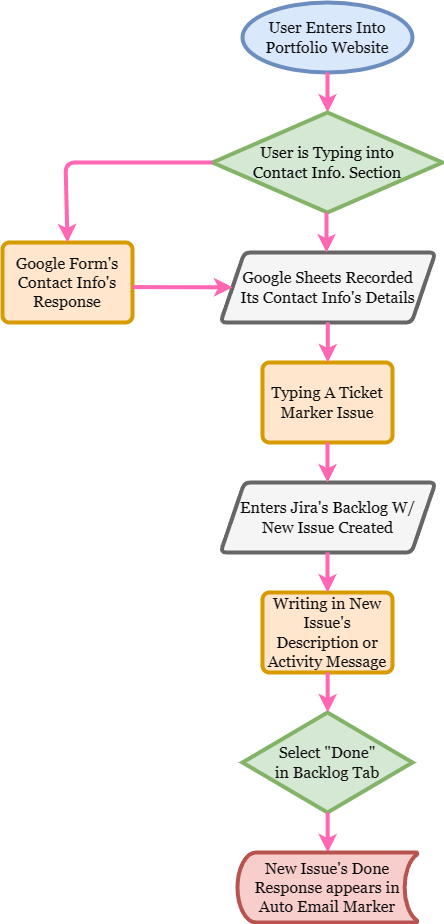
The draw.io diagram 6ASI Midterm Exam - Grp. 2 Member's Project (FlowChart); David, VJ, Layug, Vince & Castro, Christian Jerome.png in VJDavid2000/6ASI_Storage, before a commit. Source tidied: cells renumbered, new cells last; positions are measured from the earlier drawing's top-left corner, leaving out a move shared by most shapes.
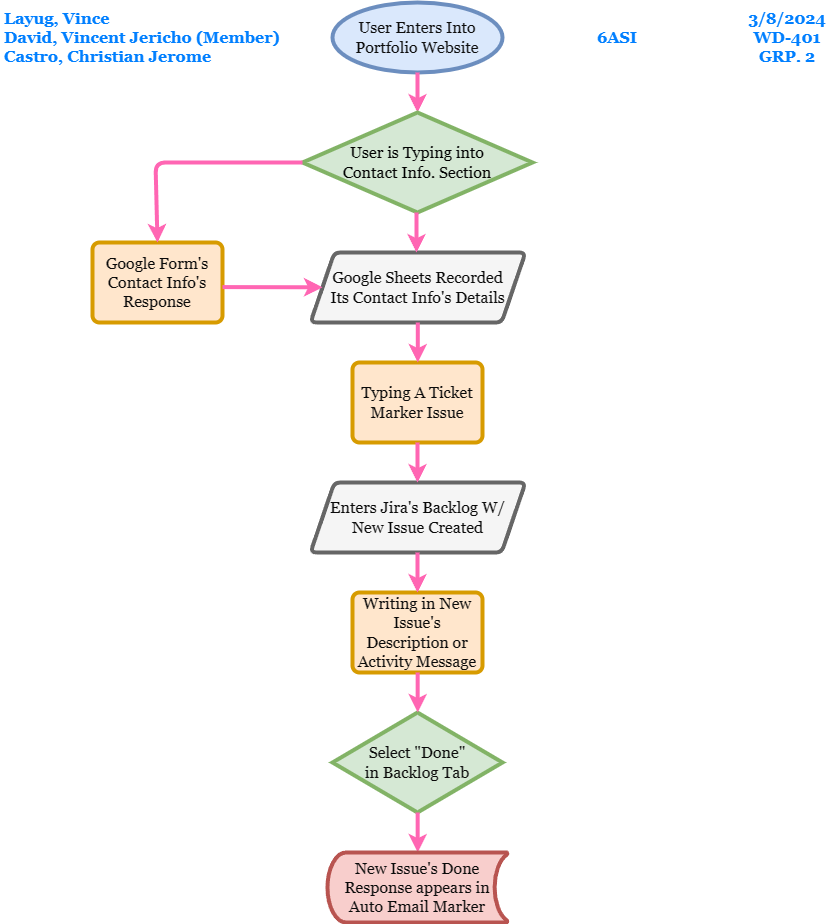
The same file after the commit.

Diff of the diagram source:
```diff
@@ -83,5 +83,14 @@
     <mxCell id="19" value="&lt;div&gt;&lt;span style=&quot;color: rgb(10, 10, 10); background-color: initial;&quot;&gt;New Issue's Done&lt;/span&gt;&lt;/div&gt;&lt;font color=&quot;#0a0a0a&quot;&gt;&lt;div&gt;&lt;span style=&quot;background-color: initial;&quot;&gt;Response appears in&lt;/span&gt;&lt;/div&gt;&lt;div&gt;&lt;span style=&quot;background-color: initial;&quot;&gt;Auto Email Marker&lt;/span&gt;&lt;/div&gt;&lt;/font&gt;" style="strokeWidth=4;html=1;shape=mxgraph.flowchart.stored_data;whiteSpace=wrap;fontFamily=Georgia;fontSize=16;fillColor=#f8cecc;strokeColor=#b85450;" parent="1" vertex="1">
       <mxGeometry x="235" y="850" width="180" height="70" as="geometry" />
     </mxCell>
+    <mxCell id="20" value="&lt;font color=&quot;#007fff&quot;&gt;Layug, Vince&lt;br&gt;David, Vincent Jericho (Member)&lt;br&gt;Castro, Christian Jerome&lt;/font&gt;" style="text;html=1;strokeColor=none;fillColor=none;align=left;verticalAlign=middle;whiteSpace=wrap;rounded=0;strokeWidth=4;fontFamily=Georgia;fontSize=16;fontColor=#0A0A0A;fontStyle=1;" parent="1" vertex="1">
+      <mxGeometry x="-90" width="280" height="70" as="geometry" />
+    </mxCell>
+    <mxCell id="21" value="&lt;font color=&quot;#007fff&quot;&gt;3/8/2024&lt;br&gt;WD-401&lt;br&gt;GRP. 2&lt;/font&gt;" style="text;html=1;strokeColor=none;fillColor=none;align=center;verticalAlign=middle;whiteSpace=wrap;rounded=0;strokeWidth=4;fontFamily=Georgia;fontSize=16;fontColor=#0A0A0A;fontStyle=1;" parent="1" vertex="1">
+      <mxGeometry x="650" width="90" height="70" as="geometry" />
+    </mxCell>
+    <mxCell id="22" value="&lt;font color=&quot;#007fff&quot;&gt;6ASI&lt;/font&gt;" style="text;html=1;strokeColor=none;fillColor=none;align=center;verticalAlign=middle;whiteSpace=wrap;rounded=0;strokeWidth=4;fontFamily=Georgia;fontSize=16;fontColor=#0A0A0A;fontStyle=1;" parent="1" vertex="1">
+      <mxGeometry x="480" width="90" height="70" as="geometry" />
+    </mxCell>
   </root>
 </mxGraphModel>
```
